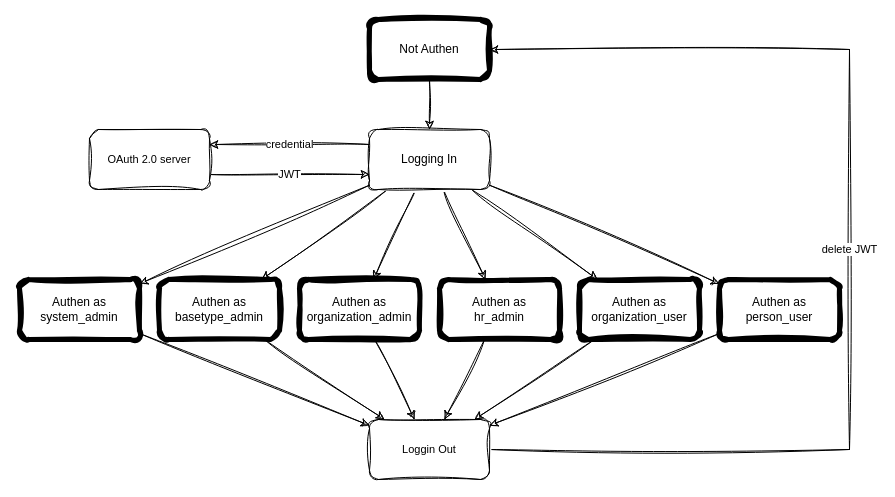
ssszZ-TH/party_fullstack_docker5 keeps this draw.io diagram as docs/drawio/state/state_diagram.drawio. Above is the earlier version. Source tidied: cells renumbered, new cells numbered last; positions are measured from the earlier drawing's top-left corner, leaving out a move shared by most shapes. Both pictures are drawn from the tidied source at 100%, with x=0, y=0 at pixel (19, 19).
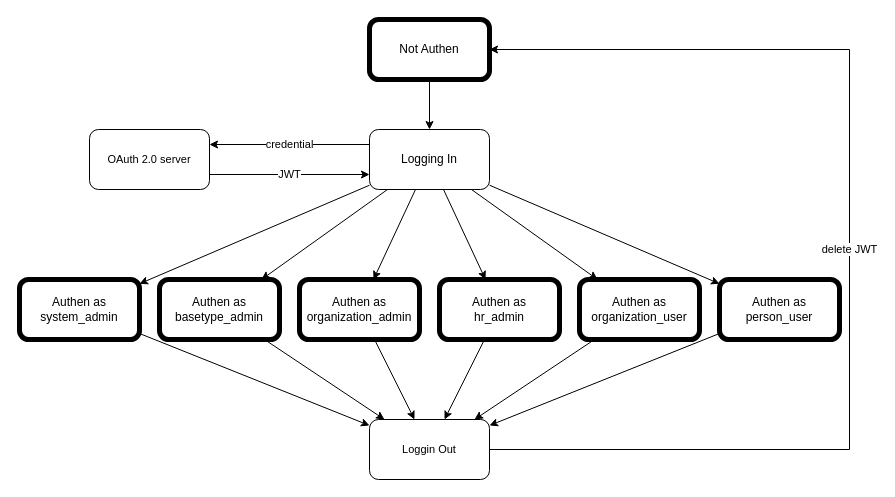
After the change.

Change to the diagram source:
```diff
@@
-    <mxCell id="2" style="rounded=0;jettySize=auto;html=1;sketch=1;curveFitting=1;jiggle=2;strokeWidth=1;" parent="1" edge="1" source="9" target="15">
+    <mxCell id="2" style="rounded=0;jettySize=auto;html=1;strokeWidth=1;" parent="1" edge="1" source="9" target="15">
       <mxGeometry relative="1" as="geometry" />
     </mxCell>
-    <mxCell id="3" style="edgeStyle=none;shape=connector;rounded=0;jettySize=auto;html=1;strokeColor=default;align=center;verticalAlign=middle;fontFamily=Helvetica;fontSize=11;fontColor=default;labelBackgroundColor=default;endArrow=classic;sketch=1;curveFitting=1;jiggle=2;strokeWidth=1;" parent="1" edge="1" source="9" target="13">
+    <mxCell id="3" style="edgeStyle=none;shape=connector;rounded=0;jettySize=auto;html=1;strokeColor=default;align=center;verticalAlign=middle;fontFamily=Helvetica;fontSize=11;fontColor=default;labelBackgroundColor=default;endArrow=classic;strokeWidth=1;" parent="1" edge="1" source="9" target="13">
       <mxGeometry relative="1" as="geometry" />
     </mxCell>
-    <mxCell id="4" style="edgeStyle=none;shape=connector;rounded=0;jettySize=auto;html=1;strokeColor=default;align=center;verticalAlign=middle;fontFamily=Helvetica;fontSize=11;fontColor=default;labelBackgroundColor=default;endArrow=classic;sketch=1;curveFitting=1;jiggle=2;strokeWidth=1;" parent="1" edge="1" source="9" target="11">
+    <mxCell id="4" style="edgeStyle=none;shape=connector;rounded=0;jettySize=auto;html=1;strokeColor=default;align=center;verticalAlign=middle;fontFamily=Helvetica;fontSize=11;fontColor=default;labelBackgroundColor=default;endArrow=classic;strokeWidth=1;" parent="1" edge="1" source="9" target="11">
       <mxGeometry relative="1" as="geometry" />
     </mxCell>
-    <mxCell id="5" style="edgeStyle=none;shape=connector;rounded=0;jettySize=auto;html=1;strokeColor=default;align=center;verticalAlign=middle;fontFamily=Helvetica;fontSize=11;fontColor=default;labelBackgroundColor=default;endArrow=classic;sketch=1;curveFitting=1;jiggle=2;strokeWidth=1;" parent="1" edge="1" source="9" target="21">
+    <mxCell id="5" style="edgeStyle=none;shape=connector;rounded=0;jettySize=auto;html=1;strokeColor=default;align=center;verticalAlign=middle;fontFamily=Helvetica;fontSize=11;fontColor=default;labelBackgroundColor=default;endArrow=classic;strokeWidth=1;" parent="1" edge="1" source="9" target="21">
       <mxGeometry relative="1" as="geometry" />
     </mxCell>
-    <mxCell id="6" style="edgeStyle=none;shape=connector;rounded=0;jettySize=auto;html=1;strokeColor=default;align=center;verticalAlign=middle;fontFamily=Helvetica;fontSize=11;fontColor=default;labelBackgroundColor=default;endArrow=classic;sketch=1;curveFitting=1;jiggle=2;strokeWidth=1;" parent="1" edge="1" source="9" target="19">
+    <mxCell id="6" style="edgeStyle=none;shape=connector;rounded=0;jettySize=auto;html=1;strokeColor=default;align=center;verticalAlign=middle;fontFamily=Helvetica;fontSize=11;fontColor=default;labelBackgroundColor=default;endArrow=classic;strokeWidth=1;" parent="1" edge="1" source="9" target="19">
       <mxGeometry relative="1" as="geometry" />
     </mxCell>
-    <mxCell id="7" style="edgeStyle=none;shape=connector;rounded=0;jettySize=auto;html=1;strokeColor=default;align=center;verticalAlign=middle;fontFamily=Helvetica;fontSize=11;fontColor=default;labelBackgroundColor=default;endArrow=classic;sketch=1;curveFitting=1;jiggle=2;strokeWidth=1;" parent="1" edge="1" source="9" target="17">
+    <mxCell id="7" style="edgeStyle=none;shape=connector;rounded=0;jettySize=auto;html=1;strokeColor=default;align=center;verticalAlign=middle;fontFamily=Helvetica;fontSize=11;fontColor=default;labelBackgroundColor=default;endArrow=classic;strokeWidth=1;" parent="1" edge="1" source="9" target="17">
       <mxGeometry relative="1" as="geometry" />
     </mxCell>
-    <mxCell id="8" value="credential" style="edgeStyle=none;shape=connector;rounded=0;jettySize=auto;html=1;exitX=0;exitY=0.25;exitDx=0;exitDy=0;entryX=1;entryY=0.25;entryDx=0;entryDy=0;strokeColor=default;align=center;verticalAlign=middle;fontFamily=Helvetica;fontSize=11;fontColor=default;labelBackgroundColor=default;endArrow=classic;sketch=1;curveFitting=1;jiggle=2;strokeWidth=1;" parent="1" edge="1" source="9" target="27">
+    <mxCell id="8" value="credential" style="edgeStyle=none;shape=connector;rounded=0;jettySize=auto;html=1;exitX=0;exitY=0.25;exitDx=0;exitDy=0;entryX=1;entryY=0.25;entryDx=0;entryDy=0;strokeColor=default;align=center;verticalAlign=middle;fontFamily=Helvetica;fontSize=11;fontColor=default;labelBackgroundColor=default;endArrow=classic;strokeWidth=1;" parent="1" edge="1" source="9" target="27">
       <mxGeometry relative="1" as="geometry" />
     </mxCell>
-    <mxCell id="9" value="Logging In" style="rounded=1;whiteSpace=wrap;html=1;sketch=1;curveFitting=1;jiggle=2;strokeWidth=1;" parent="1" vertex="1">
+    <mxCell id="9" value="Logging In" style="rounded=1;whiteSpace=wrap;html=1;strokeWidth=1;" parent="1" vertex="1">
       <mxGeometry x="350" y="110" width="120" height="60" as="geometry" />
     </mxCell>
-    <mxCell id="10" style="edgeStyle=none;shape=connector;rounded=0;jettySize=auto;html=1;strokeColor=default;align=center;verticalAlign=middle;fontFamily=Helvetica;fontSize=11;fontColor=default;labelBackgroundColor=default;endArrow=classic;sketch=1;curveFitting=1;jiggle=2;strokeWidth=1;" parent="1" edge="1" source="11" target="25">
+    <mxCell id="10" style="edgeStyle=none;shape=connector;rounded=0;jettySize=auto;html=1;strokeColor=default;align=center;verticalAlign=middle;fontFamily=Helvetica;fontSize=11;fontColor=default;labelBackgroundColor=default;endArrow=classic;strokeWidth=1;" parent="1" edge="1" source="11" target="25">
       <mxGeometry relative="1" as="geometry" />
     </mxCell>
-    <mxCell id="11" value="Authen as&lt;div&gt;system_admin&lt;/div&gt;" style="rounded=1;whiteSpace=wrap;html=1;sketch=1;curveFitting=1;jiggle=2;strokeWidth=5;" parent="1" vertex="1">
+    <mxCell id="11" value="Authen as&lt;div&gt;system_admin&lt;/div&gt;" style="rounded=1;whiteSpace=wrap;html=1;strokeWidth=5;" parent="1" vertex="1">
       <mxGeometry y="260" width="120" height="60" as="geometry" />
     </mxCell>
-    <mxCell id="12" style="edgeStyle=none;shape=connector;rounded=0;jettySize=auto;html=1;strokeColor=default;align=center;verticalAlign=middle;fontFamily=Helvetica;fontSize=11;fontColor=default;labelBackgroundColor=default;endArrow=classic;sketch=1;curveFitting=1;jiggle=2;strokeWidth=1;" parent="1" edge="1" source="13" target="25">
+    <mxCell id="12" style="edgeStyle=none;shape=connector;rounded=0;jettySize=auto;html=1;strokeColor=default;align=center;verticalAlign=middle;fontFamily=Helvetica;fontSize=11;fontColor=default;labelBackgroundColor=default;endArrow=classic;strokeWidth=1;" parent="1" edge="1" source="13" target="25">
       <mxGeometry relative="1" as="geometry" />
     </mxCell>
-    <mxCell id="13" value="Authen as&lt;div&gt;basetype_admin&lt;/div&gt;" style="rounded=1;whiteSpace=wrap;html=1;sketch=1;curveFitting=1;jiggle=2;strokeWidth=5;" parent="1" vertex="1">
+    <mxCell id="13" value="Authen as&lt;div&gt;basetype_admin&lt;/div&gt;" style="rounded=1;whiteSpace=wrap;html=1;strokeWidth=5;" parent="1" vertex="1">
       <mxGeometry x="140" y="260" width="120" height="60" as="geometry" />
     </mxCell>
-    <mxCell id="14" style="edgeStyle=none;shape=connector;rounded=0;jettySize=auto;html=1;strokeColor=default;align=center;verticalAlign=middle;fontFamily=Helvetica;fontSize=11;fontColor=default;labelBackgroundColor=default;endArrow=classic;sketch=1;curveFitting=1;jiggle=2;strokeWidth=1;" parent="1" edge="1" source="15" target="25">
+    <mxCell id="14" style="edgeStyle=none;shape=connector;rounded=0;jettySize=auto;html=1;strokeColor=default;align=center;verticalAlign=middle;fontFamily=Helvetica;fontSize=11;fontColor=default;labelBackgroundColor=default;endArrow=classic;strokeWidth=1;" parent="1" edge="1" source="15" target="25">
       <mxGeometry relative="1" as="geometry" />
     </mxCell>
-    <mxCell id="15" value="Authen as&lt;div&gt;organization_admin&lt;/div&gt;" style="rounded=1;whiteSpace=wrap;html=1;sketch=1;curveFitting=1;jiggle=2;strokeWidth=5;" parent="1" vertex="1">
+    <mxCell id="15" value="Authen as&lt;div&gt;organization_admin&lt;/div&gt;" style="rounded=1;whiteSpace=wrap;html=1;strokeWidth=5;" parent="1" vertex="1">
       <mxGeometry x="280" y="260" width="120" height="60" as="geometry" />
     </mxCell>
-    <mxCell id="16" style="edgeStyle=none;shape=connector;rounded=0;jettySize=auto;html=1;strokeColor=default;align=center;verticalAlign=middle;fontFamily=Helvetica;fontSize=11;fontColor=default;labelBackgroundColor=default;endArrow=classic;sketch=1;curveFitting=1;jiggle=2;strokeWidth=1;" parent="1" edge="1" source="17" target="25">
+    <mxCell id="16" style="edgeStyle=none;shape=connector;rounded=0;jettySize=auto;html=1;strokeColor=default;align=center;verticalAlign=middle;fontFamily=Helvetica;fontSize=11;fontColor=default;labelBackgroundColor=default;endArrow=classic;strokeWidth=1;" parent="1" edge="1" source="17" target="25">
       <mxGeometry relative="1" as="geometry" />
     </mxCell>
-    <mxCell id="17" value="Authen as&lt;div&gt;person_user&lt;/div&gt;" style="rounded=1;whiteSpace=wrap;html=1;sketch=1;curveFitting=1;jiggle=2;strokeWidth=5;" parent="1" vertex="1">
+    <mxCell id="17" value="Authen as&lt;div&gt;person_user&lt;/div&gt;" style="rounded=1;whiteSpace=wrap;html=1;strokeWidth=5;" parent="1" vertex="1">
       <mxGeometry x="700" y="260" width="120" height="60" as="geometry" />
     </mxCell>
-    <mxCell id="18" style="edgeStyle=none;shape=connector;rounded=0;jettySize=auto;html=1;strokeColor=default;align=center;verticalAlign=middle;fontFamily=Helvetica;fontSize=11;fontColor=default;labelBackgroundColor=default;endArrow=classic;sketch=1;curveFitting=1;jiggle=2;strokeWidth=1;" parent="1" edge="1" source="19" target="25">
+    <mxCell id="18" style="edgeStyle=none;shape=connector;rounded=0;jettySize=auto;html=1;strokeColor=default;align=center;verticalAlign=middle;fontFamily=Helvetica;fontSize=11;fontColor=default;labelBackgroundColor=default;endArrow=classic;strokeWidth=1;" parent="1" edge="1" source="19" target="25">
       <mxGeometry relative="1" as="geometry" />
     </mxCell>
-    <mxCell id="19" value="Authen as&lt;div&gt;organization_user&lt;/div&gt;" style="rounded=1;whiteSpace=wrap;html=1;sketch=1;curveFitting=1;jiggle=2;strokeWidth=5;" parent="1" vertex="1">
+    <mxCell id="19" value="Authen as&lt;div&gt;organization_user&lt;/div&gt;" style="rounded=1;whiteSpace=wrap;html=1;strokeWidth=5;" parent="1" vertex="1">
       <mxGeometry x="560" y="260" width="120" height="60" as="geometry" />
     </mxCell>
-    <mxCell id="20" style="edgeStyle=none;shape=connector;rounded=0;jettySize=auto;html=1;strokeColor=default;align=center;verticalAlign=middle;fontFamily=Helvetica;fontSize=11;fontColor=default;labelBackgroundColor=default;endArrow=classic;sketch=1;curveFitting=1;jiggle=2;strokeWidth=1;" parent="1" edge="1" source="21" target="25">
+    <mxCell id="20" style="edgeStyle=none;shape=connector;rounded=0;jettySize=auto;html=1;strokeColor=default;align=center;verticalAlign=middle;fontFamily=Helvetica;fontSize=11;fontColor=default;labelBackgroundColor=default;endArrow=classic;strokeWidth=1;" parent="1" edge="1" source="21" target="25">
       <mxGeometry relative="1" as="geometry" />
     </mxCell>
-    <mxCell id="21" value="Authen as&lt;div&gt;hr_admin&lt;/div&gt;" style="rounded=1;whiteSpace=wrap;html=1;sketch=1;curveFitting=1;jiggle=2;strokeWidth=5;" parent="1" vertex="1">
+    <mxCell id="21" value="Authen as&lt;div&gt;hr_admin&lt;/div&gt;" style="rounded=1;whiteSpace=wrap;html=1;strokeWidth=5;" parent="1" vertex="1">
       <mxGeometry x="420" y="260" width="120" height="60" as="geometry" />
     </mxCell>
-    <mxCell id="22" style="edgeStyle=none;shape=connector;rounded=0;jettySize=auto;html=1;strokeColor=default;align=center;verticalAlign=middle;fontFamily=Helvetica;fontSize=11;fontColor=default;labelBackgroundColor=default;endArrow=classic;sketch=1;curveFitting=1;jiggle=2;strokeWidth=1;" parent="1" edge="1" source="23" target="9">
+    <mxCell id="22" style="edgeStyle=none;shape=connector;rounded=0;jettySize=auto;html=1;strokeColor=default;align=center;verticalAlign=middle;fontFamily=Helvetica;fontSize=11;fontColor=default;labelBackgroundColor=default;endArrow=classic;strokeWidth=1;" parent="1" edge="1" source="23" target="9">
       <mxGeometry relative="1" as="geometry" />
     </mxCell>
-    <mxCell id="23" value="Not Authen" style="rounded=1;whiteSpace=wrap;html=1;shadow=0;sketch=1;curveFitting=1;jiggle=2;strokeWidth=5;" parent="1" vertex="1">
+    <mxCell id="23" value="Not Authen" style="rounded=1;whiteSpace=wrap;html=1;shadow=0;strokeWidth=5;" parent="1" vertex="1">
       <mxGeometry x="350" width="120" height="60" as="geometry" />
     </mxCell>
-    <mxCell id="24" value="delete JWT" style="edgeStyle=none;shape=connector;rounded=0;jettySize=auto;html=1;strokeColor=default;align=center;verticalAlign=middle;fontFamily=Helvetica;fontSize=11;fontColor=default;labelBackgroundColor=default;endArrow=classic;sketch=1;curveFitting=1;jiggle=2;strokeWidth=1;" parent="1" edge="1" source="25" target="23">
+    <mxCell id="24" value="delete JWT" style="edgeStyle=none;shape=connector;rounded=0;jettySize=auto;html=1;strokeColor=default;align=center;verticalAlign=middle;fontFamily=Helvetica;fontSize=11;fontColor=default;labelBackgroundColor=default;endArrow=classic;strokeWidth=1;" parent="1" edge="1" source="25" target="23">
       <mxGeometry relative="1" as="geometry">
         <Array as="points">
           <mxPoint x="830" y="430" />
           <mxPoint x="830" y="30" />
         </Array>
       </mxGeometry>
     </mxCell>
-    <mxCell id="25" value="Loggin Out" style="rounded=1;whiteSpace=wrap;html=1;fontFamily=Helvetica;fontSize=11;labelBackgroundColor=default;fillColor=default;strokeColor=default;sketch=1;curveFitting=1;jiggle=2;strokeWidth=1;" parent="1" vertex="1">
+    <mxCell id="25" value="Loggin Out" style="rounded=1;whiteSpace=wrap;html=1;fontFamily=Helvetica;fontSize=11;labelBackgroundColor=default;fillColor=default;strokeColor=default;strokeWidth=1;" parent="1" vertex="1">
       <mxGeometry x="350" y="400" width="120" height="60" as="geometry" />
     </mxCell>
-    <mxCell id="26" value="JWT" style="edgeStyle=none;shape=connector;rounded=0;jettySize=auto;html=1;exitX=1;exitY=0.75;exitDx=0;exitDy=0;entryX=0;entryY=0.75;entryDx=0;entryDy=0;strokeColor=default;align=center;verticalAlign=middle;fontFamily=Helvetica;fontSize=11;fontColor=default;labelBackgroundColor=default;endArrow=classic;sketch=1;curveFitting=1;jiggle=2;strokeWidth=1;" parent="1" edge="1" source="27" target="9">
+    <mxCell id="26" value="JWT" style="edgeStyle=none;shape=connector;rounded=0;jettySize=auto;html=1;exitX=1;exitY=0.75;exitDx=0;exitDy=0;entryX=0;entryY=0.75;entryDx=0;entryDy=0;strokeColor=default;align=center;verticalAlign=middle;fontFamily=Helvetica;fontSize=11;fontColor=default;labelBackgroundColor=default;endArrow=classic;strokeWidth=1;" parent="1" edge="1" source="27" target="9">
       <mxGeometry relative="1" as="geometry" />
     </mxCell>
-    <mxCell id="27" value="OAuth 2.0 server" style="rounded=1;whiteSpace=wrap;html=1;fontFamily=Helvetica;fontSize=11;fontColor=default;labelBackgroundColor=default;sketch=1;curveFitting=1;jiggle=2;strokeWidth=1;" parent="1" vertex="1">
+    <mxCell id="27" value="OAuth 2.0 server" style="rounded=1;whiteSpace=wrap;html=1;fontFamily=Helvetica;fontSize=11;fontColor=default;labelBackgroundColor=default;strokeWidth=1;" parent="1" vertex="1">
       <mxGeometry x="70" y="110" width="120" height="60" as="geometry" />
     </mxCell>
```
